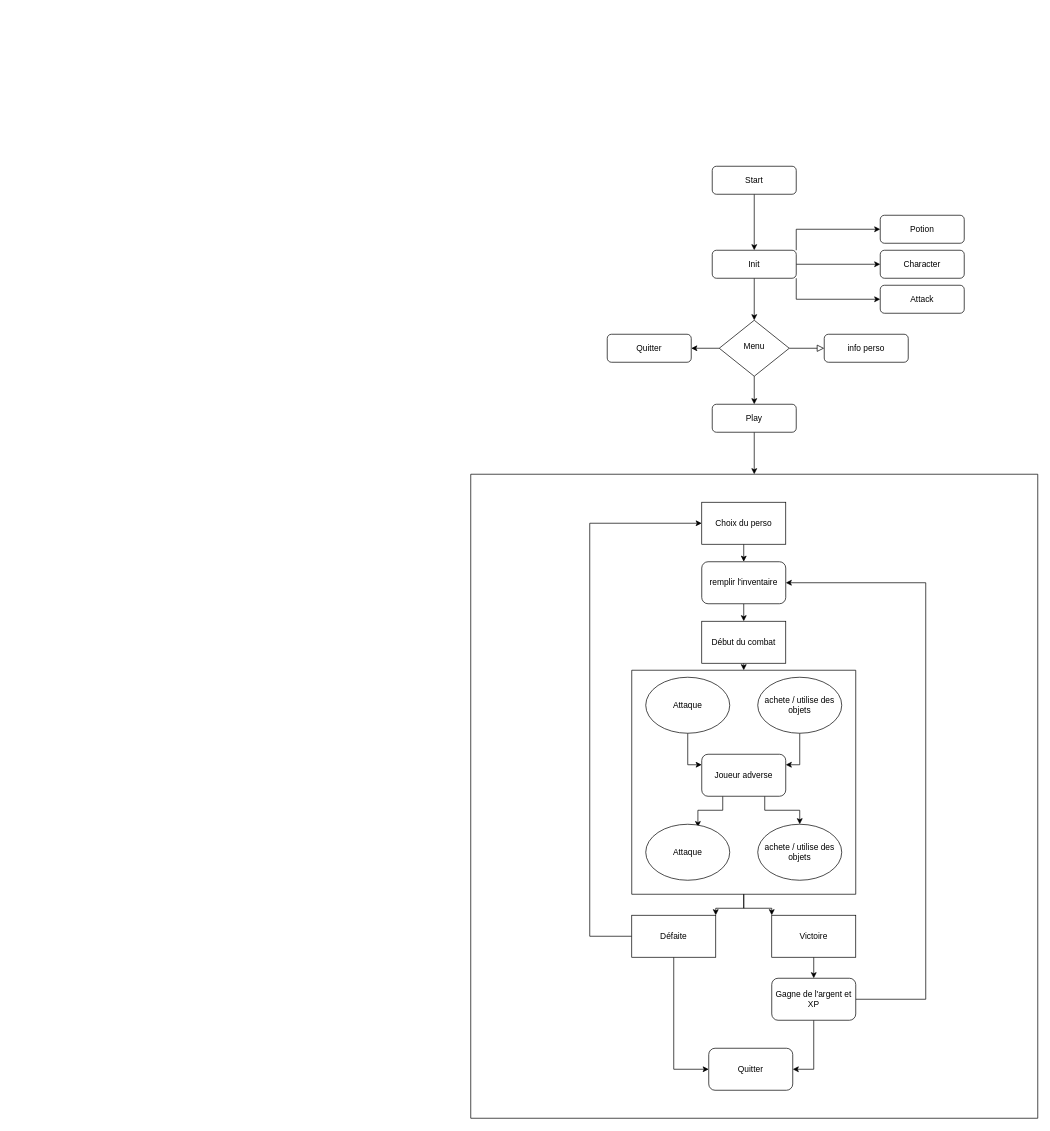
BenjaminFerrandez/ProjetRed keeps this draw.io diagram as Untitled Diagram.drawio. Above is the earlier version. Source tidied: cells renumbered, new cells numbered last; positions are measured from the earlier drawing's top-left corner, leaving out a move shared by most shapes. Both pictures are drawn from the tidied source at 70%, with x=0, y=0 at pixel (470, 166).
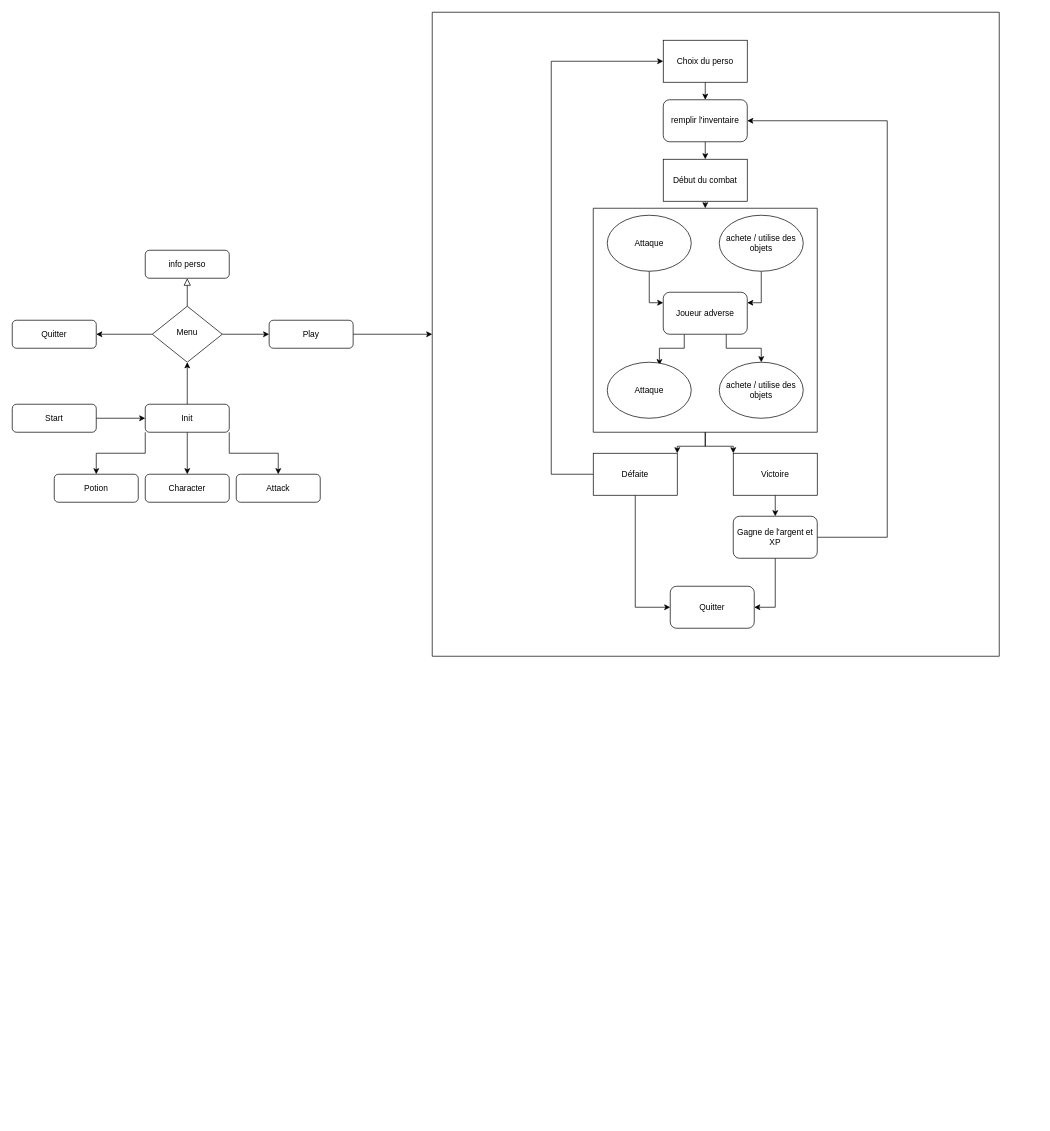
The same diagram, later.

The edit, as a diff of the source:
```diff
@@
-    <mxCell id="2" style="edgeStyle=orthogonalEdgeStyle;rounded=0;jettySize=auto;html=1;exitX=0.5;exitY=1;exitDx=0;exitDy=0;entryX=0.5;entryY=0;entryDx=0;entryDy=0;" parent="1" edge="1" source="3" target="16">
+    <mxCell id="2" style="edgeStyle=orthogonalEdgeStyle;rounded=0;jettySize=auto;html=1;exitX=1;exitY=0.5;exitDx=0;exitDy=0;entryX=0;entryY=0.5;entryDx=0;entryDy=0;" parent="1" edge="1" source="3" target="16">
       <mxGeometry relative="1" as="geometry" />
     </mxCell>
     <mxCell id="3" value="Start" style="rounded=1;whiteSpace=wrap;html=1;fontSize=12;glass=0;strokeWidth=1;shadow=0;" parent="1" vertex="1">
-      <mxGeometry x="345" width="120" height="40" as="geometry" />
+      <mxGeometry x="-655" y="340" width="120" height="40" as="geometry" />
     </mxCell>
@@
-    <mxCell id="6" style="edgeStyle=orthogonalEdgeStyle;rounded=0;jettySize=auto;html=1;exitX=0.5;exitY=1;exitDx=0;exitDy=0;entryX=0.5;entryY=0;entryDx=0;entryDy=0;" parent="1" edge="1" source="7" target="11">
+    <mxCell id="6" style="edgeStyle=orthogonalEdgeStyle;rounded=0;jettySize=auto;html=1;exitX=1;exitY=0.5;exitDx=0;exitDy=0;entryX=0;entryY=0.5;entryDx=0;entryDy=0;" parent="1" edge="1" source="7" target="11">
       <mxGeometry relative="1" as="geometry" />
     </mxCell>
     <mxCell id="7" value="Menu" style="rhombus;whiteSpace=wrap;html=1;shadow=0;fontFamily=Helvetica;fontSize=12;align=center;strokeWidth=1;spacing=6;spacingTop=-4;" parent="1" vertex="1">
-      <mxGeometry x="355" y="220" width="100" height="80" as="geometry" />
+      <mxGeometry x="-455" y="200" width="100" height="80" as="geometry" />
     </mxCell>
     <mxCell id="8" value="info perso" style="rounded=1;whiteSpace=wrap;html=1;fontSize=12;glass=0;strokeWidth=1;shadow=0;" parent="1" vertex="1">
-      <mxGeometry x="505" y="240" width="120" height="40" as="geometry" />
+      <mxGeometry x="-465" y="120" width="120" height="40" as="geometry" />
     </mxCell>
     <mxCell id="9" value="Quitter" style="rounded=1;whiteSpace=wrap;html=1;fontSize=12;glass=0;strokeWidth=1;shadow=0;" parent="1" vertex="1">
-      <mxGeometry x="195" y="240" width="120" height="40" as="geometry" />
+      <mxGeometry x="-655" y="220" width="120" height="40" as="geometry" />
     </mxCell>
-    <mxCell id="10" style="edgeStyle=orthogonalEdgeStyle;rounded=0;jettySize=auto;html=1;exitX=0.5;exitY=1;exitDx=0;exitDy=0;entryX=0.5;entryY=0;entryDx=0;entryDy=0;" parent="1" edge="1" source="11" target="20">
+    <mxCell id="10" style="edgeStyle=orthogonalEdgeStyle;rounded=0;jettySize=auto;html=1;exitX=1;exitY=0.5;exitDx=0;exitDy=0;entryX=0;entryY=0.5;entryDx=0;entryDy=0;" parent="1" edge="1" source="11" target="20">
       <mxGeometry relative="1" as="geometry" />
     </mxCell>
     <mxCell id="11" value="Play" style="rounded=1;whiteSpace=wrap;html=1;fontSize=12;glass=0;strokeWidth=1;shadow=0;" parent="1" vertex="1">
-      <mxGeometry x="345" y="340" width="120" height="40" as="geometry" />
+      <mxGeometry x="-288" y="220" width="120" height="40" as="geometry" />
     </mxCell>
-    <mxCell id="12" style="edgeStyle=orthogonalEdgeStyle;rounded=0;jettySize=auto;html=1;exitX=0.5;exitY=1;exitDx=0;exitDy=0;entryX=0.5;entryY=0;entryDx=0;entryDy=0;" parent="1" edge="1" source="16" target="7">
-      <mxGeometry relative="1" as="geometry" />
-    </mxCell>
-    <mxCell id="13" style="edgeStyle=orthogonalEdgeStyle;rounded=0;jettySize=auto;html=1;exitX=1;exitY=0.5;exitDx=0;exitDy=0;entryX=0;entryY=0.5;entryDx=0;entryDy=0;" parent="1" edge="1" source="16" target="17">
+    <mxCell id="13" style="edgeStyle=orthogonalEdgeStyle;rounded=0;jettySize=auto;html=1;exitX=0.5;exitY=1;exitDx=0;exitDy=0;entryX=0.5;entryY=0;entryDx=0;entryDy=0;" parent="1" edge="1" source="16" target="17">
       <mxGeometry relative="1" as="geometry" />
     </mxCell>
-    <mxCell id="14" style="edgeStyle=orthogonalEdgeStyle;rounded=0;jettySize=auto;html=1;exitX=1;exitY=0;exitDx=0;exitDy=0;entryX=0;entryY=0.5;entryDx=0;entryDy=0;" parent="1" edge="1" source="16" target="19">
+    <mxCell id="14" style="edgeStyle=orthogonalEdgeStyle;rounded=0;jettySize=auto;html=1;exitX=0;exitY=1;exitDx=0;exitDy=0;entryX=0.5;entryY=0;entryDx=0;entryDy=0;" parent="1" edge="1" source="16" target="19">
       <mxGeometry relative="1" as="geometry" />
     </mxCell>
-    <mxCell id="15" style="edgeStyle=orthogonalEdgeStyle;rounded=0;jettySize=auto;html=1;exitX=1;exitY=1;exitDx=0;exitDy=0;entryX=0;entryY=0.5;entryDx=0;entryDy=0;" parent="1" edge="1" source="16" target="18">
+    <mxCell id="15" style="edgeStyle=orthogonalEdgeStyle;rounded=0;jettySize=auto;html=1;exitX=1;exitY=1;exitDx=0;exitDy=0;entryX=0.5;entryY=0;entryDx=0;entryDy=0;" parent="1" edge="1" source="16" target="18">
       <mxGeometry relative="1" as="geometry" />
     </mxCell>
+    <mxCell id="12" style="edgeStyle=orthogonalEdgeStyle;rounded=0;jettySize=auto;html=1;exitX=0.5;exitY=0;exitDx=0;exitDy=0;entryX=0.5;entryY=1;entryDx=0;entryDy=0;" parent="1" edge="1" source="16" target="7">
+      <mxGeometry relative="1" as="geometry" />
+    </mxCell>
     <mxCell id="16" value="Init" style="rounded=1;whiteSpace=wrap;html=1;fontSize=12;glass=0;strokeWidth=1;shadow=0;" parent="1" vertex="1">
-      <mxGeometry x="345" y="120" width="120" height="40" as="geometry" />
+      <mxGeometry x="-465" y="340" width="120" height="40" as="geometry" />
     </mxCell>
     <mxCell id="17" value="Character" style="rounded=1;whiteSpace=wrap;html=1;fontSize=12;glass=0;strokeWidth=1;shadow=0;" parent="1" vertex="1">
-      <mxGeometry x="585" y="120" width="120" height="40" as="geometry" />
+      <mxGeometry x="-465" y="440" width="120" height="40" as="geometry" />
     </mxCell>
     <mxCell id="18" value="Attack" style="rounded=1;whiteSpace=wrap;html=1;fontSize=12;glass=0;strokeWidth=1;shadow=0;" parent="1" vertex="1">
-      <mxGeometry x="585" y="170" width="120" height="40" as="geometry" />
+      <mxGeometry x="-335" y="440" width="120" height="40" as="geometry" />
     </mxCell>
     <mxCell id="19" value="Potion" style="rounded=1;whiteSpace=wrap;html=1;fontSize=12;glass=0;strokeWidth=1;shadow=0;" parent="1" vertex="1">
-      <mxGeometry x="585" y="70" width="120" height="40" as="geometry" />
+      <mxGeometry x="-595" y="440" width="120" height="40" as="geometry" />
     </mxCell>
     <mxCell id="20" style="swimlane;startSize=0;" parent="1" vertex="1">
-      <mxGeometry y="440" width="810" height="920" as="geometry" />
+      <mxGeometry x="-55" y="-220" width="810" height="920" as="geometry" />
     </mxCell>
```
